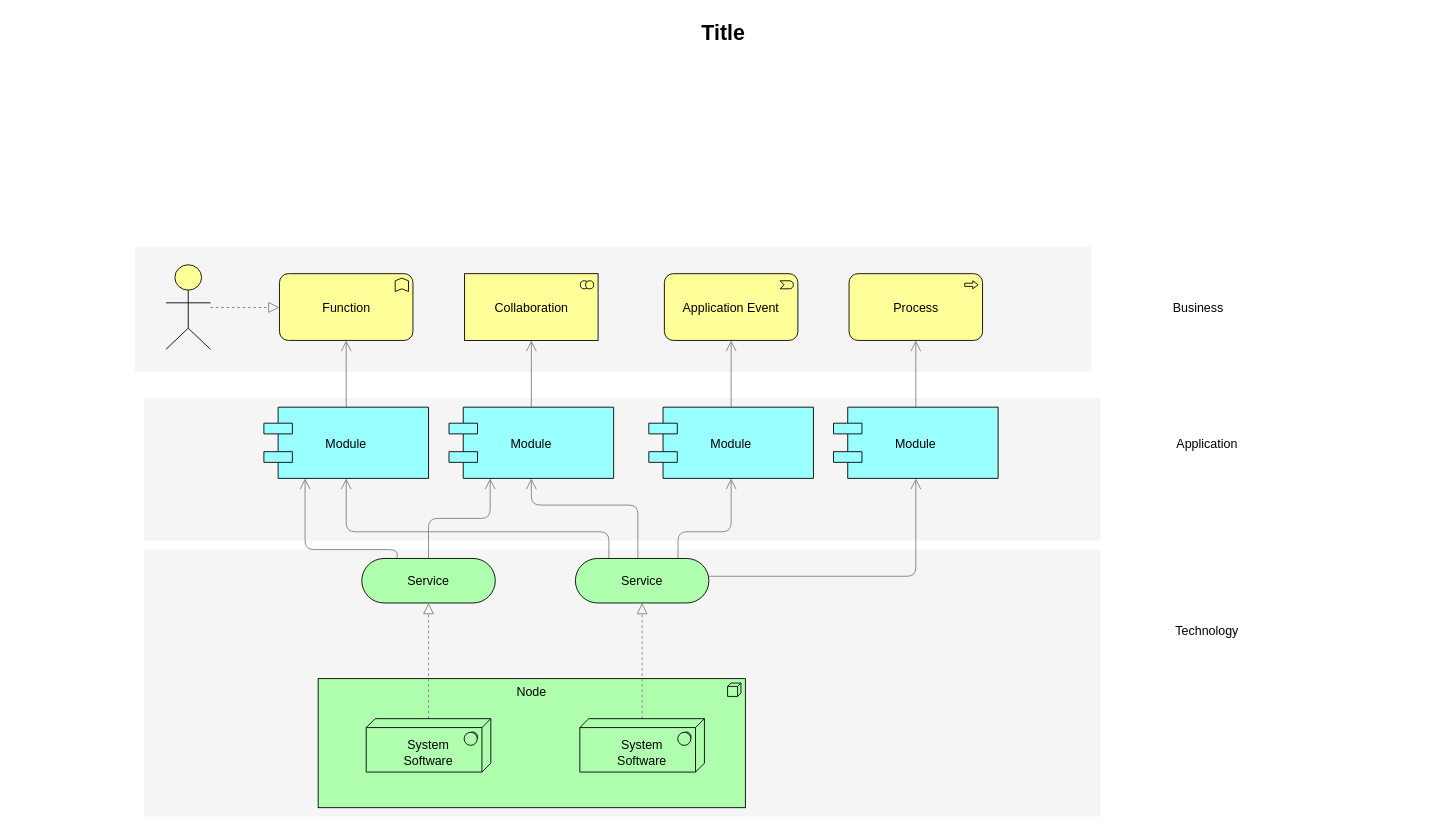
Earlier version of the draw.io diagram first_architect.drawio (architecture-apps/L0-Architecture). Source tidied: cells renumbered, new cells numbered last; positions are measured from the earlier drawing's top-left corner, leaving out a move shared by most shapes. Both pictures are drawn from the tidied source at 89%, with x=0, y=0 at pixel (15, 15).
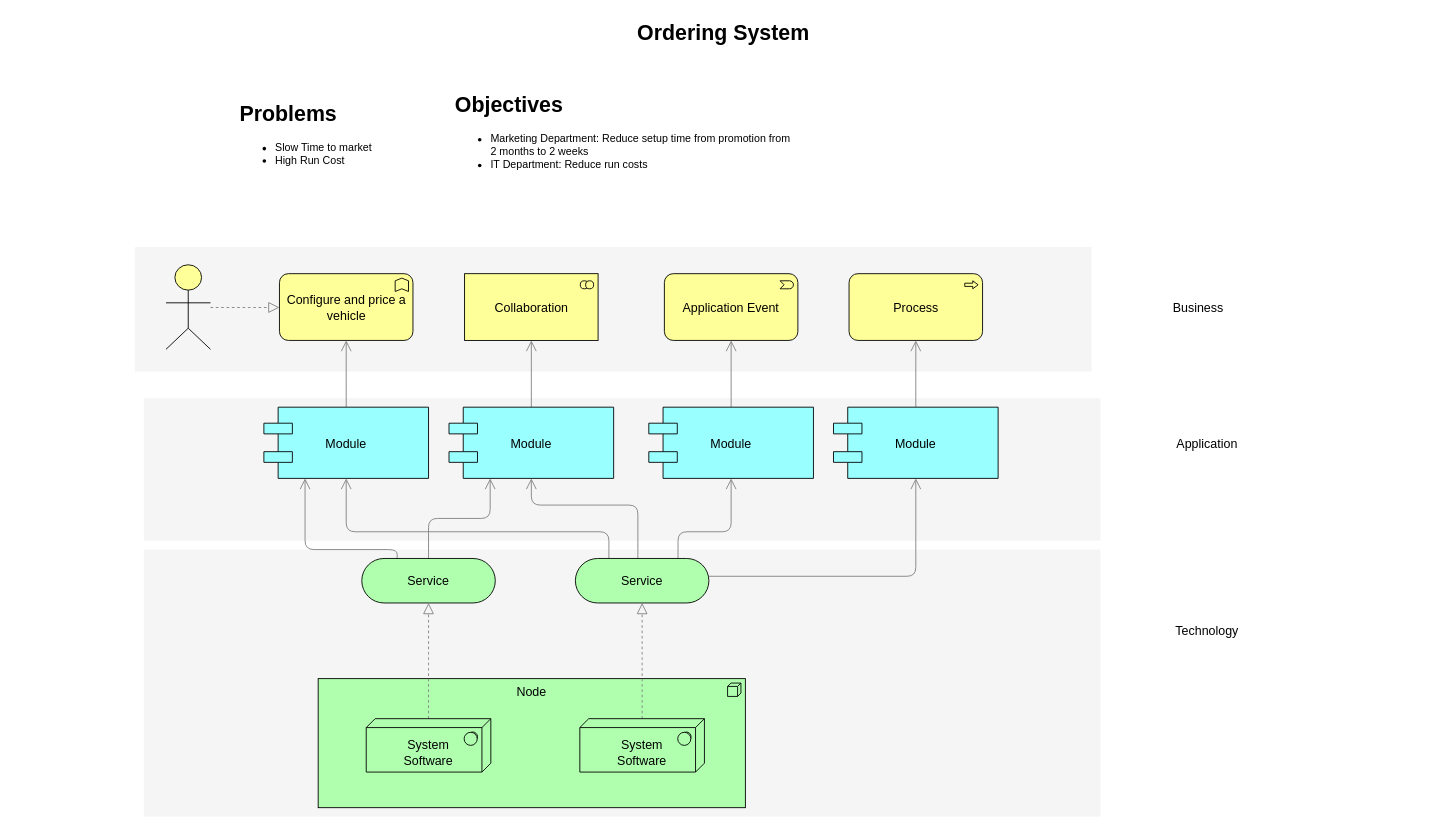
The same diagram, later.

What changed in the source:
```diff
@@
-    <mxCell id="26" value="Function" style="html=1;whiteSpace=wrap;fillColor=#ffff99;shape=mxgraph.archimate3.application;appType=func;archiType=rounded;fontSize=14;" parent="1" vertex="1">
+    <mxCell id="26" value="Configure and price a vehicle" style="html=1;whiteSpace=wrap;fillColor=#ffff99;shape=mxgraph.archimate3.application;appType=func;archiType=rounded;fontSize=14;" parent="1" vertex="1">
       <mxGeometry x="296.5" y="290" width="150" height="75" as="geometry" />
     </mxCell>
@@
-    <mxCell id="35" value="Title" style="text;strokeColor=none;fillColor=none;html=1;fontSize=24;fontStyle=1;verticalAlign=middle;align=center;" parent="1" vertex="1">
+    <mxCell id="35" value="Ordering System" style="text;strokeColor=none;fillColor=none;html=1;fontSize=24;fontStyle=1;verticalAlign=middle;align=center;" parent="1" vertex="1">
       <mxGeometry width="1590" height="40" as="geometry" />
     </mxCell>
+    <mxCell id="36" value="&lt;h1 style=&quot;margin-top: 0px;&quot;&gt;Problems&lt;/h1&gt;&lt;p&gt;&lt;/p&gt;&lt;ul&gt;&lt;li&gt;Slow Time to market&lt;/li&gt;&lt;li&gt;High Run Cost&lt;/li&gt;&lt;/ul&gt;&lt;p&gt;&lt;/p&gt;" style="text;html=1;whiteSpace=wrap;overflow=hidden;rounded=0;" parent="1" vertex="1">
+      <mxGeometry x="250" y="90" width="180" height="100" as="geometry" />
+    </mxCell>
+    <mxCell id="37" value="&lt;h1 style=&quot;margin-top: 0px;&quot;&gt;Objectives&lt;/h1&gt;&lt;p&gt;&lt;/p&gt;&lt;ul&gt;&lt;li&gt;Marketing Department: Reduce setup time from promotion from 2 months to 2 weeks&lt;/li&gt;&lt;li&gt;IT Department: Reduce run costs&lt;/li&gt;&lt;/ul&gt;&lt;p&gt;&lt;/p&gt;" style="text;html=1;whiteSpace=wrap;overflow=hidden;rounded=0;" parent="1" vertex="1">
+      <mxGeometry x="492" y="80" width="388" height="100" as="geometry" />
+    </mxCell>
```
